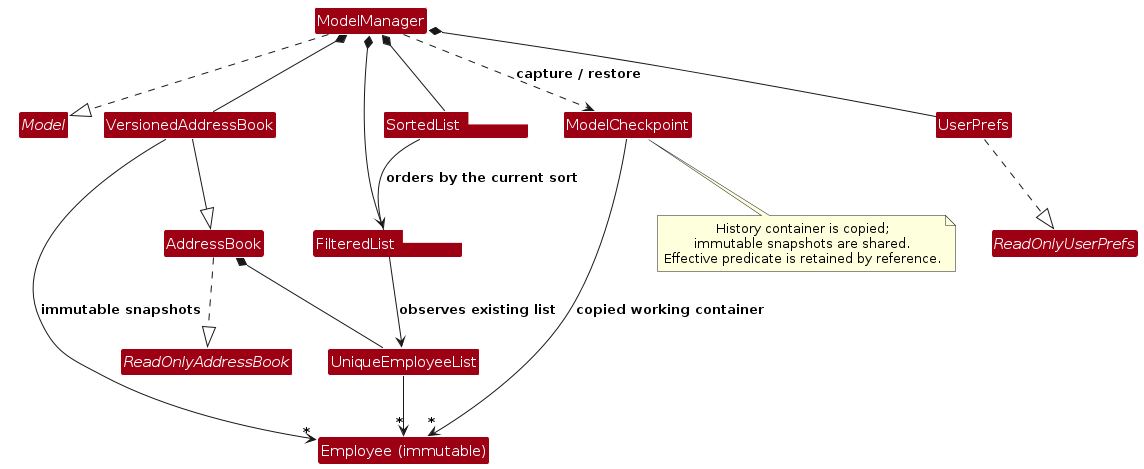
AY2627S1-CS2103T-W10-4/tp keeps this PlantUML diagram as diagrams/ModelClassDiagram.png. Above is the earlier version. Its source is kept beside it as diagrams/ModelClassDiagram.puml.
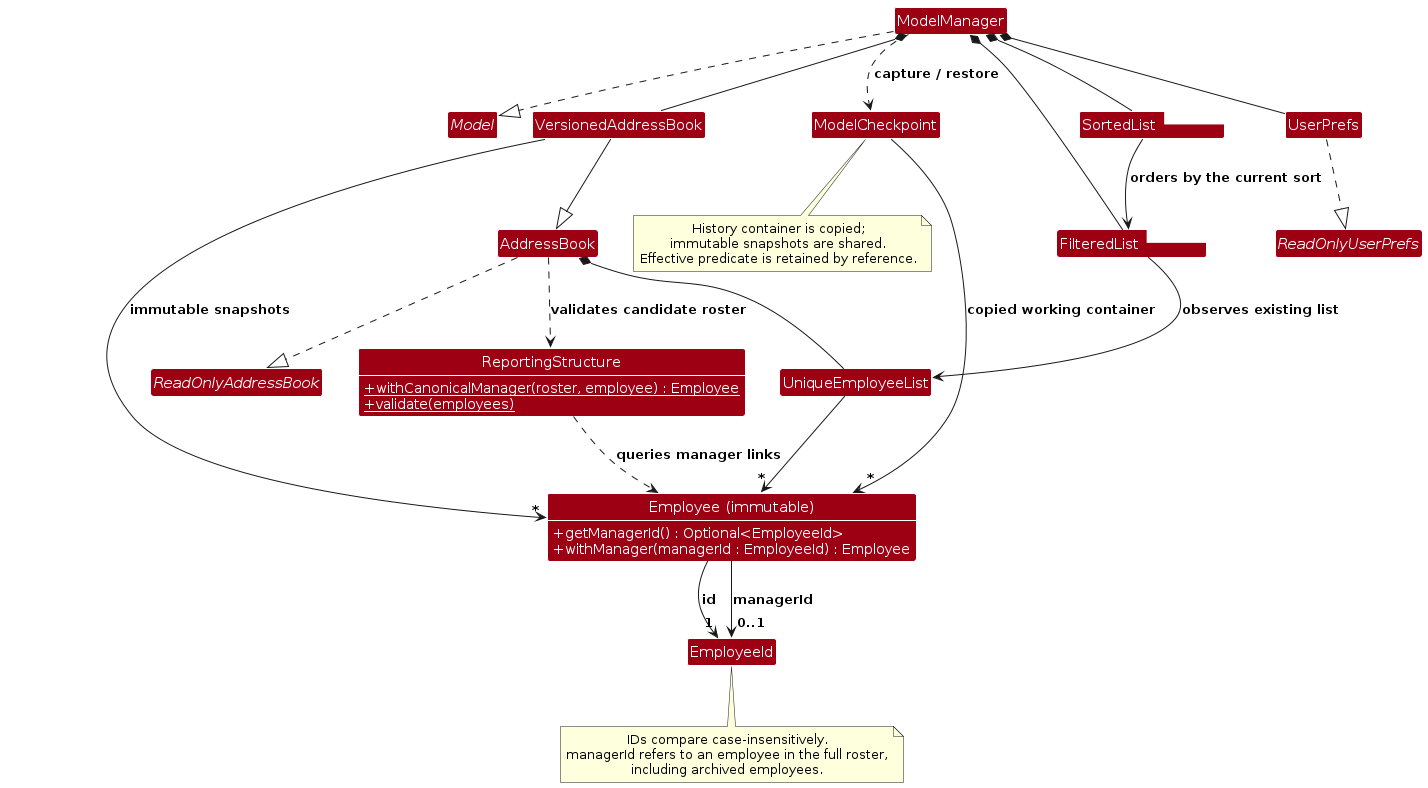
Above is the later version.

The edit, as a diff of the source:
```diff
@@ -1,6 +1,8 @@
 @startuml
 !include style.puml
 skinparam classBackgroundColor MODEL_COLOR
+skinparam classAttributeFontColor #FFFFFF
+skinparam classAttributeIconSize 0
 interface Model
 interface ReadOnlyAddressBook
 interface ReadOnlyUserPrefs
@@ -22,7 +24,17 @@
   - predicate : Predicate
 }
 class UniqueEmployeeList
-class "Employee (immutable)" as Employee
+class "Employee (immutable)" as Employee {
+  + getManagerId() : Optional<EmployeeId>
+  + withManager(managerId : EmployeeId) : Employee
+}
+class EmployeeId
+class ReportingStructure {
+  {static} + withCanonicalManager(roster, employee) : Employee
+  {static} + validate(employees)
+}
+show Employee methods
+show ReportingStructure methods
 class "FilteredList<Employee>" as FilteredList
 class "SortedList<Employee>" as SortedList
 class UserPrefs
@@ -37,6 +49,15 @@
 ModelManager ..> ModelCheckpoint : capture / restore
 AddressBook *-- UniqueEmployeeList
 UniqueEmployeeList --> "*" Employee
+Employee --> "1" EmployeeId : id
+Employee --> "0..1" EmployeeId : managerId
+AddressBook ..> ReportingStructure : validates candidate roster
+ReportingStructure ..> Employee : queries manager links
+note bottom of EmployeeId
+IDs compare case-insensitively.
+managerId refers to an employee in the full roster,
+including archived employees.
+end note
 FilteredList --> UniqueEmployeeList : observes existing list
 SortedList --> FilteredList : orders by the current sort
 VersionedAddressBook --> "*" Employee : immutable snapshots
```
